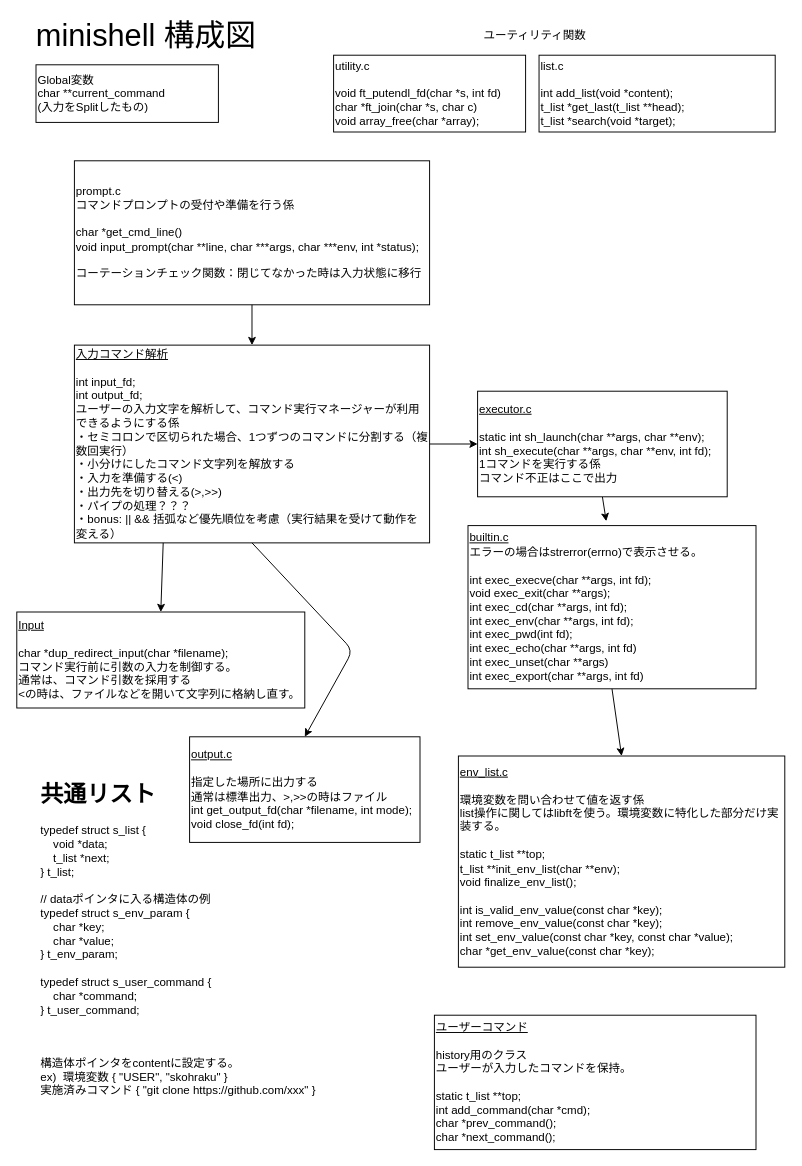
Before: diagram.drawio in Toshiki-Nakamura/minishell, a draw.io diagram. Source tidied: cells renumbered, new cells numbered last; positions are measured from the earlier drawing's top-left corner, leaving out a move shared by most shapes. Both pictures are drawn from the tidied source at 96%, with x=0, y=0 at pixel (16, 16).
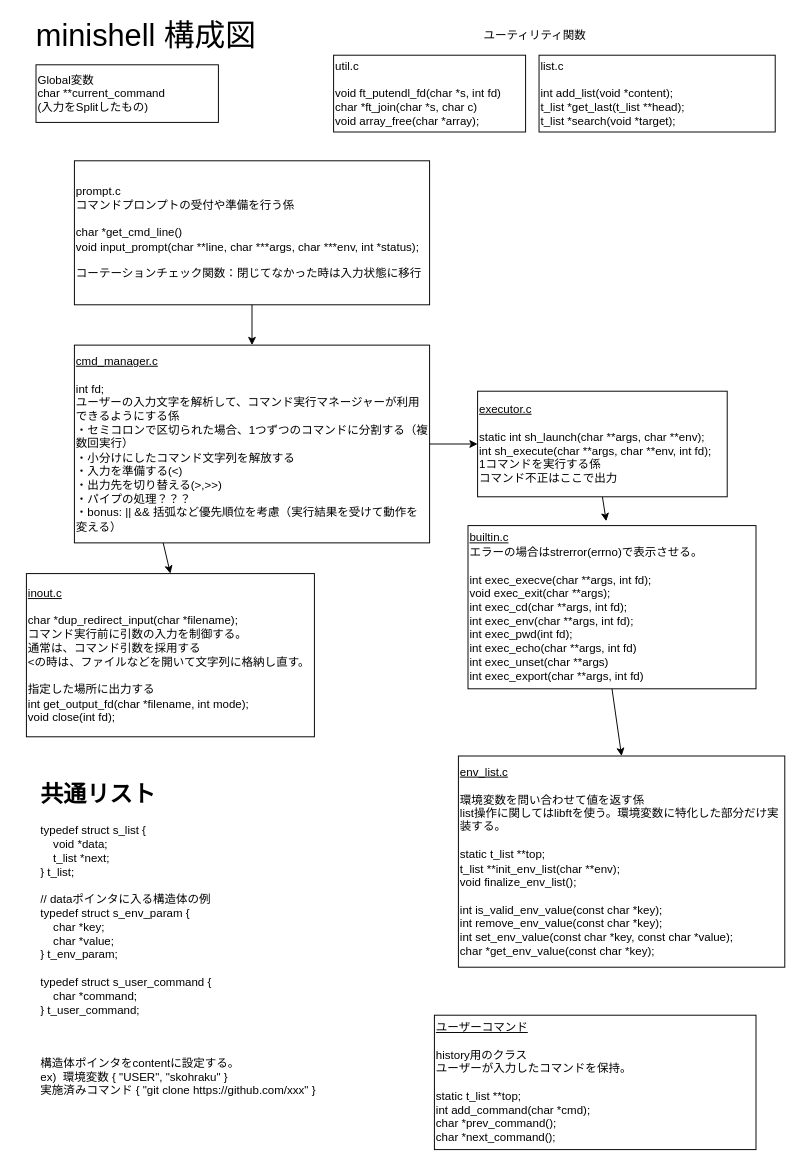
The same page after the edit.

Change to the diagram source:
```diff
@@
-    <mxCell id="4" value="utility.c&lt;br&gt;&lt;br&gt;void ft_putendl_fd(char *s, int fd)&lt;br&gt;char *ft_join(char *s, char c)&lt;br&gt;void array_free(char *array);" style="rounded=0;whiteSpace=wrap;html=1;align=left;" parent="1" vertex="1">
+    <mxCell id="4" value="util.c&lt;br&gt;&lt;br&gt;void ft_putendl_fd(char *s, int fd)&lt;br&gt;char *ft_join(char *s, char c)&lt;br&gt;void array_free(char *array);" style="rounded=0;whiteSpace=wrap;html=1;align=left;" parent="1" vertex="1">
       <mxGeometry x="330" y="40" width="200" height="80" as="geometry" />
     </mxCell>
@@
-    <mxCell id="11" value="&lt;u&gt;入力コマンド解析&lt;/u&gt;&lt;br&gt;&lt;br&gt;int input_fd;&lt;br&gt;int output_fd;&lt;br&gt;ユーザーの入力文字を解析して、コマンド実行マネージャーが利用できるようにする係&lt;br&gt;・セミコロンで区切られた場合、1つずつのコマンドに分割する（複数回実行）&lt;br&gt;・小分けにしたコマンド文字列を解放する&lt;br&gt;・入力を準備する(&amp;lt;)&lt;br&gt;・出力先を切り替える(&amp;gt;,&amp;gt;&amp;gt;)&lt;br&gt;・パイプの処理？？？&lt;br&gt;・bonus: || &amp;amp;&amp;amp; 括弧など優先順位を考慮（実行結果を受けて動作を変える）" style="whiteSpace=wrap;html=1;align=left;" parent="1" vertex="1">
+    <mxCell id="11" value="&lt;u&gt;cmd_manager.c&lt;/u&gt;&lt;br&gt;&lt;br&gt;int fd;&lt;br&gt;ユーザーの入力文字を解析して、コマンド実行マネージャーが利用できるようにする係&lt;br&gt;・セミコロンで区切られた場合、1つずつのコマンドに分割する（複数回実行）&lt;br&gt;・小分けにしたコマンド文字列を解放する&lt;br&gt;・入力を準備する(&amp;lt;)&lt;br&gt;・出力先を切り替える(&amp;gt;,&amp;gt;&amp;gt;)&lt;br&gt;・パイプの処理？？？&lt;br&gt;・bonus: || &amp;amp;&amp;amp; 括弧など優先順位を考慮（実行結果を受けて動作を変える）" style="whiteSpace=wrap;html=1;align=left;" parent="1" vertex="1">
       <mxGeometry x="60" y="342" width="370" height="206" as="geometry" />
     </mxCell>
-    <mxCell id="12" value="&lt;u&gt;output.c&lt;/u&gt;&lt;br&gt;&lt;br&gt;指定した場所に出力する&lt;br&gt;通常は標準出力、&amp;gt;,&amp;gt;&amp;gt;の時はファイル&lt;br&gt;int get_output_fd(char *filename, int mode);&lt;br&gt;void close_fd(int fd);" style="whiteSpace=wrap;html=1;align=left;" parent="1" vertex="1">
-      <mxGeometry x="180" y="750" width="240" height="110" as="geometry" />
-    </mxCell>
@@
-    <mxCell id="14" style="endArrow=classic;html=1;entryX=0.5;entryY=0;entryDx=0;entryDy=0;exitX=0.5;exitY=1;exitDx=0;exitDy=0;" parent="1" edge="1" source="11" target="12">
-      <mxGeometry relative="1" as="geometry">
-        <Array as="points">
-          <mxPoint x="350" y="660" />
-        </Array>
-      </mxGeometry>
-    </mxCell>
-    <mxCell id="15" value="&lt;u&gt;Input&lt;br&gt;&lt;/u&gt;&lt;br&gt;char *dup_redirect_input(char *filename);&lt;br&gt;コマンド実行前に引数の入力を制御する。&lt;br&gt;通常は、コマンド引数を採用する&lt;br&gt;&amp;lt;の時は、ファイルなどを開いて文字列に格納し直す。" style="whiteSpace=wrap;html=1;align=left;" parent="1" vertex="1">
-      <mxGeometry y="620" width="300" height="100" as="geometry" />
+    <mxCell id="15" value="&lt;u&gt;inout.c&lt;br&gt;&lt;/u&gt;&lt;br&gt;char *dup_redirect_input(char *filename);&lt;br&gt;コマンド実行前に引数の入力を制御する。&lt;br&gt;通常は、コマンド引数を採用する&lt;br&gt;&amp;lt;の時は、ファイルなどを開いて文字列に格納し直す。&lt;br&gt;&lt;br&gt;指定した場所に出力する&lt;br&gt;int get_output_fd(char *filename, int mode);&lt;br&gt;void close(int fd);" style="whiteSpace=wrap;html=1;align=left;" parent="1" vertex="1">
+      <mxGeometry x="10" y="580" width="300" height="170" as="geometry" />
     </mxCell>
```
